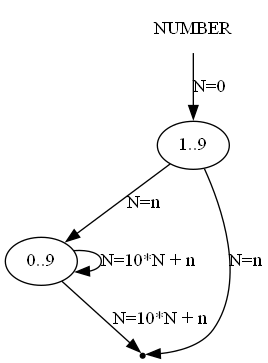
Above: _docs/diagrams/r_technology_sample.png in aVorotnikov/dsl_generator (Graphviz), before the change. Its source is kept beside it as _docs/raw_diagrams/r_technology_sample.gv. Its diagram source:
```dot
digraph NUMBER {
    start [label=NUMBER shape=plaintext]
    A [label="1..9" shape=oval]
    B [label="0..9" shape=oval]
    end [label="" shape=point]
    start -> A [label="N=0"]
    A -> B [label="N=n"]
    B -> B [label="N=10*N + n"]
    A -> end [label="N=n"]
    B -> end [label="N=10*N + n"]
}
```
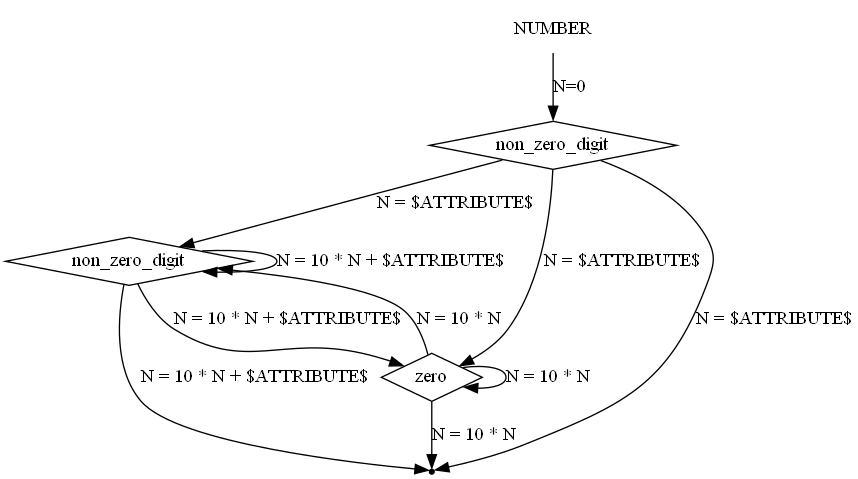
After the commit.

Commit message:
Update R technology sample

Diff of the diagram source:
```diff
@@ -1,11 +1,17 @@
 digraph NUMBER {
     start [label=NUMBER shape=plaintext]
-    A [label="1..9" shape=oval]
-    B [label="0..9" shape=oval]
+    A [label="non_zero_digit" shape=diamond]
+    B [label="non_zero_digit" shape=diamond]
+    C [label="zero" shape=diamond]
     end [label="" shape=point]
     start -> A [label="N=0"]
-    A -> B [label="N=n"]
-    B -> B [label="N=10*N + n"]
-    A -> end [label="N=n"]
-    B -> end [label="N=10*N + n"]
+    A -> B [label="N = $ATTRIBUTE$"]
+    A -> C [label="N = $ATTRIBUTE$"]
+    B -> B [label="N = 10 * N + $ATTRIBUTE$"]
+    B -> C [label="N = 10 * N + $ATTRIBUTE$"]
+    C -> B [label="N = 10 * N"]
+    C -> C [label="N = 10 * N"]
+    A -> end [label="N = $ATTRIBUTE$"]
+    B -> end [label="N = 10 * N + $ATTRIBUTE$"]
+    C -> end [label="N = 10 * N"]
 }
```
